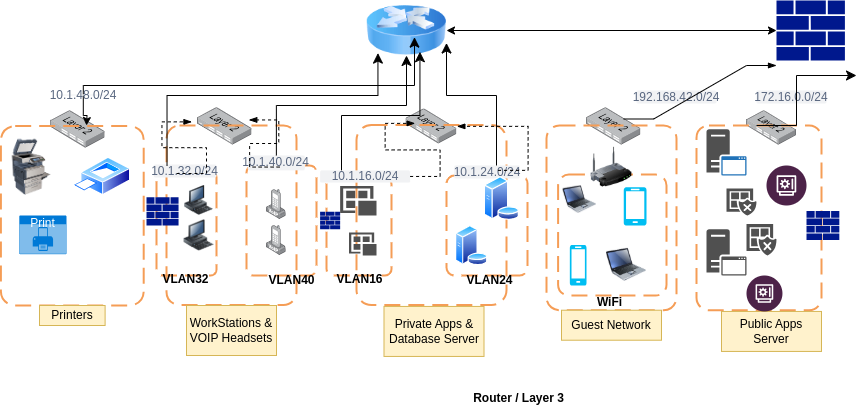
MwarumbaH-5523/Secured_Networks_Topology keeps this draw.io diagram as secured_network_topology.drawio.png. Above is the earlier version. Source tidied: cells renumbered, new cells last; positions are measured from the earlier drawing's top-left corner, leaving out a move shared by most shapes.
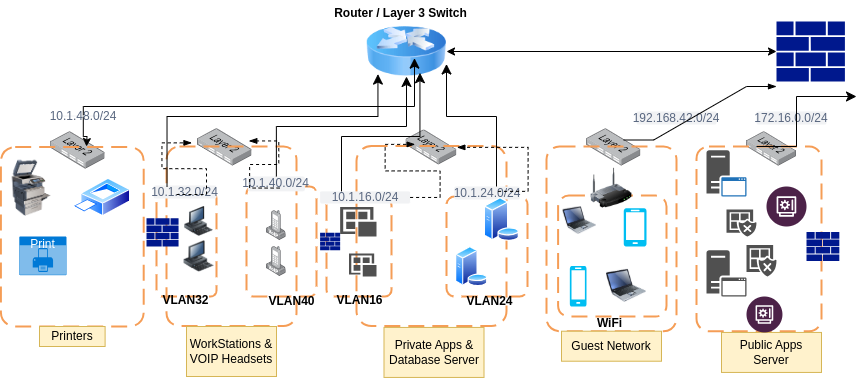
Later version of the same file.

Diff of the diagram source:
```diff
@@ -267,8 +267,8 @@
         </Array>
       </mxGeometry>
     </mxCell>
-    <mxCell id="74" value="Router / Layer 3" style="text;align=center;fontStyle=1;verticalAlign=middle;spacingLeft=3;spacingRight=3;strokeColor=none;html=1;" parent="1" vertex="1">
-      <mxGeometry x="477.6" y="385" width="80" height="26" as="geometry" />
+    <mxCell id="74" value="Router / Layer 3 Switch" style="text;align=center;fontStyle=1;verticalAlign=middle;spacingLeft=3;spacingRight=3;strokeColor=none;html=1;" parent="1" vertex="1">
+      <mxGeometry x="326" y="-21" width="148.4" height="26" as="geometry" />
     </mxCell>
   </root>
 </mxGraphModel>
```
